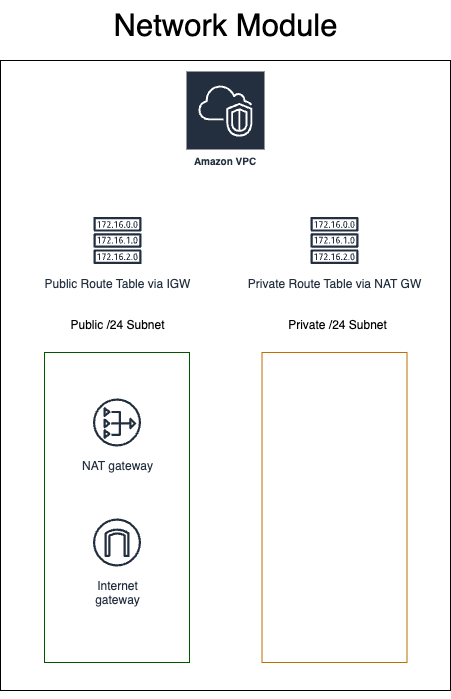
This is modules/network/network-module-diagram.png from scmgustafson/aws-multi-env-terraform, a draw.io export, as it was before one commit. Source tidied: cells renumbered, new cells last; positions are measured from the earlier drawing's top-left corner, leaving out a move shared by most shapes.
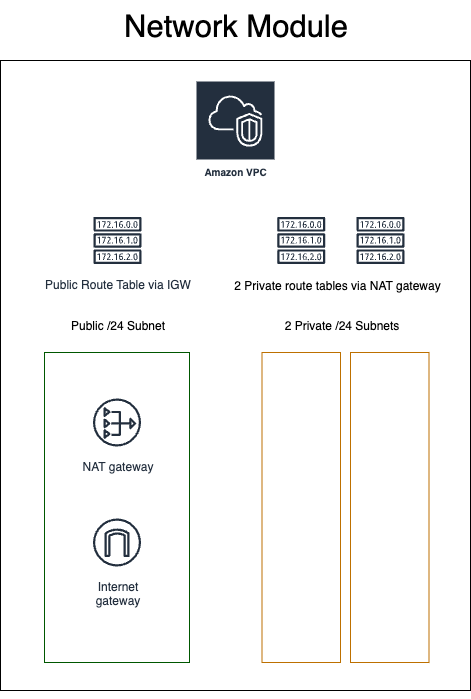
Above is the later version.

Commit message:
Add working RDS instance configuration + necessary network module changes

Change to the diagram source:
```diff
@@ -3,13 +3,13 @@
     <mxCell id="0" />
     <mxCell id="1" parent="0" />
     <mxCell id="2" style="rounded=0;whiteSpace=wrap;html=1;fillColor=none;" parent="1" vertex="1">
-      <mxGeometry y="60" width="450" height="630" as="geometry" />
+      <mxGeometry y="60" width="470" height="630" as="geometry" />
     </mxCell>
     <mxCell id="3" value="&lt;font style=&quot;font-size: 31px;&quot;&gt;Network Module&lt;/font&gt;" style="text;html=1;align=center;verticalAlign=middle;strokeColor=none;fillColor=none;" parent="1" vertex="1">
-      <mxGeometry x="100" width="250" height="50" as="geometry" />
+      <mxGeometry x="110" width="250" height="50" as="geometry" />
     </mxCell>
     <mxCell id="4" value="Amazon VPC" style="sketch=0;fontColor=#232F3E;gradientColor=none;strokeColor=#ffffff;fillColor=#232F3E;dashed=0;verticalLabelPosition=middle;verticalAlign=bottom;align=center;html=1;whiteSpace=wrap;fontSize=10;fontStyle=1;spacing=3;shape=mxgraph.aws4.productIcon;prIcon=mxgraph.aws4.vpc;" parent="1" vertex="1">
-      <mxGeometry x="185" y="70" width="80" height="100" as="geometry" />
+      <mxGeometry x="195" y="80" width="80" height="100" as="geometry" />
     </mxCell>
     <mxCell id="5" style="rounded=0;whiteSpace=wrap;html=1;fillColor=none;fontColor=#ffffff;strokeColor=#005700;fillStyle=auto;gradientColor=none;" parent="1" vertex="1">
       <mxGeometry x="44" y="352" width="145" height="310" as="geometry" />
@@ -21,13 +21,13 @@
       <mxGeometry x="86.5" y="512" width="60" height="60" as="geometry" />
     </mxCell>
     <mxCell id="8" style="rounded=0;whiteSpace=wrap;html=1;fillColor=none;fontColor=#000000;strokeColor=#BD7000;fillStyle=auto;" parent="1" vertex="1">
-      <mxGeometry x="261.5" y="352" width="145" height="310" as="geometry" />
+      <mxGeometry x="261.5" y="352" width="78.5" height="310" as="geometry" />
     </mxCell>
     <mxCell id="9" value="Public /24 Subnet" style="text;html=1;align=center;verticalAlign=middle;strokeColor=none;fillColor=none;" parent="1" vertex="1">
       <mxGeometry x="56.5" y="310" width="120" height="30" as="geometry" />
     </mxCell>
-    <mxCell id="10" value="Private /24 Subnet" style="text;html=1;align=center;verticalAlign=middle;strokeColor=none;fillColor=none;" parent="1" vertex="1">
-      <mxGeometry x="276.5" y="310" width="120" height="30" as="geometry" />
+    <mxCell id="10" value="2 Private /24 Subnets" style="text;html=1;align=center;verticalAlign=middle;strokeColor=none;fillColor=none;" parent="1" vertex="1">
+      <mxGeometry x="270.8" y="310" width="140" height="30" as="geometry" />
     </mxCell>
     <mxCell id="11" style="edgeStyle=orthogonalEdgeStyle;rounded=0;orthogonalLoop=1;jettySize=auto;html=1;exitX=0.5;exitY=1;exitDx=0;exitDy=0;" parent="1" edge="1" source="2" target="2">
       <mxGeometry relative="1" as="geometry" />
@@ -35,8 +35,17 @@
     <mxCell id="12" value="Public Route Table via IGW" style="sketch=0;fontColor=#232F3E;gradientColor=none;strokeColor=#232F3E;fillColor=#ffffff;dashed=0;verticalLabelPosition=bottom;verticalAlign=top;align=center;html=1;fontSize=12;fontStyle=0;shape=mxgraph.aws4.resourceIcon;resIcon=mxgraph.aws4.route_table;" parent="1" vertex="1">
       <mxGeometry x="87" y="210" width="60" height="60" as="geometry" />
     </mxCell>
-    <mxCell id="13" value="Private Route Table via NAT GW" style="sketch=0;fontColor=#232F3E;gradientColor=none;strokeColor=#232F3E;fillColor=#ffffff;dashed=0;verticalLabelPosition=bottom;verticalAlign=top;align=center;html=1;fontSize=12;fontStyle=0;shape=mxgraph.aws4.resourceIcon;resIcon=mxgraph.aws4.route_table;" parent="1" vertex="1">
-      <mxGeometry x="304" y="210" width="60" height="60" as="geometry" />
+    <mxCell id="13" style="sketch=0;fontColor=#232F3E;gradientColor=none;strokeColor=#232F3E;fillColor=#ffffff;dashed=0;verticalLabelPosition=bottom;verticalAlign=top;align=center;html=1;fontSize=12;fontStyle=0;shape=mxgraph.aws4.resourceIcon;resIcon=mxgraph.aws4.route_table;" parent="1" vertex="1">
+      <mxGeometry x="270.8" y="210" width="60" height="60" as="geometry" />
     </mxCell>
+    <mxCell id="14" style="rounded=0;whiteSpace=wrap;html=1;fillColor=none;fontColor=#000000;strokeColor=#BD7000;fillStyle=auto;" parent="1" vertex="1">
+      <mxGeometry x="350" y="352" width="78.5" height="310" as="geometry" />
+    </mxCell>
+    <mxCell id="15" value="&lt;span style=&quot;font-family: Helvetica; font-size: 12px; font-style: normal; font-variant-ligatures: normal; font-variant-caps: normal; font-weight: 400; letter-spacing: normal; orphans: 2; text-align: center; text-indent: 0px; text-transform: none; widows: 2; word-spacing: 0px; -webkit-text-stroke-width: 0px; white-space: nowrap; text-decoration-thickness: initial; text-decoration-style: initial; text-decoration-color: initial; float: none; display: inline !important;&quot;&gt;2 Private route tables via NAT gateway&lt;/span&gt;" style="text;html=1;align=center;verticalAlign=middle;whiteSpace=wrap;rounded=0;labelBackgroundColor=none;fontColor=light-dark(#000000,#FFFFFF);" parent="1" vertex="1">
+      <mxGeometry x="306.5" y="270" width="60" height="30" as="geometry" />
+    </mxCell>
+    <mxCell id="16" style="sketch=0;fontColor=#232F3E;gradientColor=none;strokeColor=#232F3E;fillColor=#ffffff;dashed=0;verticalLabelPosition=bottom;verticalAlign=top;align=center;html=1;fontSize=12;fontStyle=0;shape=mxgraph.aws4.resourceIcon;resIcon=mxgraph.aws4.route_table;" parent="1" vertex="1">
+      <mxGeometry x="350" y="210" width="60" height="60" as="geometry" />
+    </mxCell>
   </root>
 </mxGraphModel>
```
